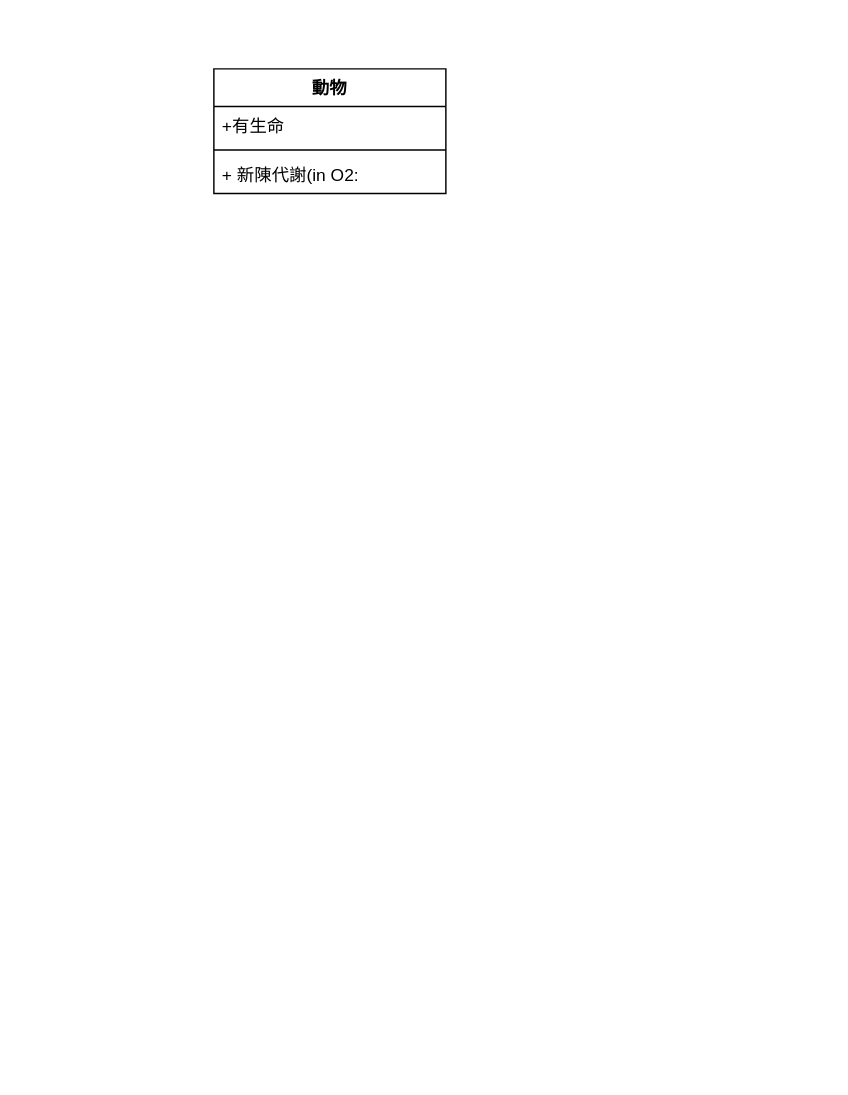
Before: drawio/未命名绘图.drawio in dogg21/SE_MID, a draw.io diagram. Source tidied: cells renumbered, new cells numbered last; positions are measured from the earlier drawing's top-left corner, leaving out a move shared by most shapes. Both pictures are drawn from the tidied source at 145%, with x=0, y=0 at pixel (213, 68).
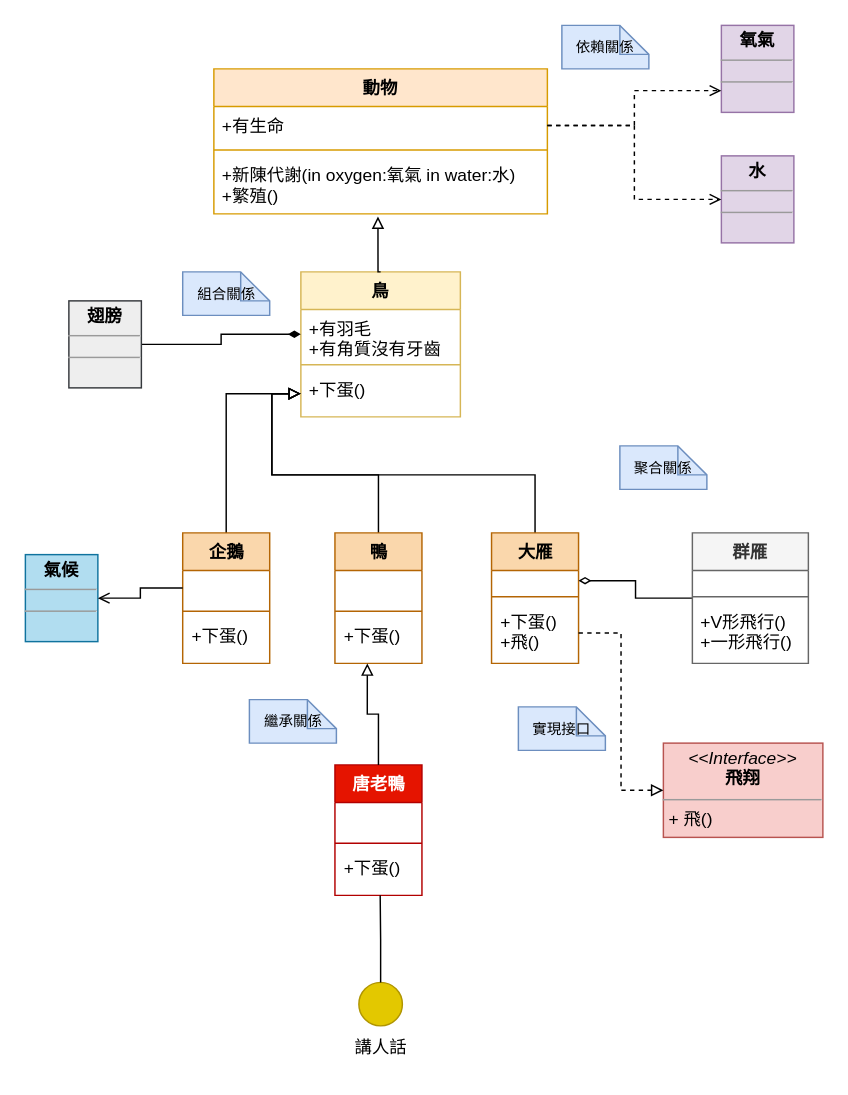
The same page after the edit.

Commit message:
更新未命名绘图.drawio

Diff of the diagram source:
```diff
@@
-    <mxCell id="2" value="動物" style="swimlane;fontStyle=1;align=center;verticalAlign=top;horizontal=1;startSize=26;whiteSpace=wrap;html=1;" parent="1" vertex="1">
-      <mxGeometry width="160" height="86" as="geometry" />
+    <mxCell id="2" value="動物" style="swimlane;fontStyle=1;align=center;verticalAlign=top;horizontal=1;startSize=26;whiteSpace=wrap;html=1;fillColor=#ffe6cc;strokeColor=#d79b00;" parent="1" vertex="1">
+      <mxGeometry width="230" height="100" as="geometry" />
     </mxCell>
     <mxCell id="3" value="+有生命" style="text;strokeColor=none;fillColor=none;align=left;verticalAlign=top;spacingLeft=4;spacingRight=4;overflow=hidden;points=[[0,0.5],[1,0.5]];portConstraint=eastwest;whiteSpace=wrap;html=1;" parent="2" vertex="1">
-      <mxGeometry y="26" width="160" height="26" as="geometry" />
+      <mxGeometry y="26" width="230" height="26" as="geometry" />
     </mxCell>
-    <mxCell id="4" style="line;strokeWidth=1;fillColor=none;align=left;verticalAlign=middle;spacingTop=-1;spacingLeft=3;spacingRight=3;labelPosition=right;strokeColor=inherit;" parent="2" vertex="1">
-      <mxGeometry y="52" width="160" height="8" as="geometry" />
-    </mxCell>
-    <mxCell id="5" value="+ 新陳代謝(in O2:" style="text;strokeColor=none;fillColor=none;align=left;verticalAlign=top;spacingLeft=4;spacingRight=4;overflow=hidden;whiteSpace=wrap;html=1;" parent="2" vertex="1">
-      <mxGeometry y="60" width="160" height="26" as="geometry" />
-    </mxCell>
+    <mxCell id="6" style="line;strokeWidth=1;fillColor=none;align=left;verticalAlign=middle;spacingTop=-1;spacingLeft=3;spacingRight=3;labelPosition=right;strokeColor=inherit;" parent="2" vertex="1">
+      <mxGeometry y="52" width="230" height="8" as="geometry" />
+    </mxCell>
+    <mxCell id="7" value="+新陳代謝(in&amp;nbsp;oxygen:氧氣 in water:水)&lt;br&gt;+繁殖()" style="text;strokeColor=none;fillColor=none;align=left;verticalAlign=top;spacingLeft=4;spacingRight=4;overflow=hidden;points=[[0,0.5],[1,0.5]];portConstraint=eastwest;whiteSpace=wrap;html=1;" parent="2" vertex="1">
+      <mxGeometry y="60" width="230" height="40" as="geometry" />
+    </mxCell>
+    <mxCell id="8" value="&lt;p style=&quot;margin:0px;margin-top:4px;text-align:center;&quot;&gt;&lt;b&gt;氧氣&lt;/b&gt;&lt;/p&gt;&lt;hr size=&quot;1&quot;&gt;&lt;div style=&quot;height:2px;&quot;&gt;&lt;/div&gt;&lt;hr size=&quot;1&quot;&gt;&lt;div style=&quot;height:2px;&quot;&gt;&lt;/div&gt;" style="verticalAlign=top;align=left;overflow=fill;fontSize=12;fontFamily=Helvetica;html=1;whiteSpace=wrap;fillColor=#e1d5e7;strokeColor=#9673a6;" parent="1" vertex="1">
+      <mxGeometry x="350" y="-30" width="50" height="60" as="geometry" />
+    </mxCell>
+    <mxCell id="9" value="&lt;p style=&quot;margin:0px;margin-top:4px;text-align:center;&quot;&gt;&lt;b&gt;水&lt;/b&gt;&lt;/p&gt;&lt;hr size=&quot;1&quot;&gt;&lt;div style=&quot;height:2px;&quot;&gt;&lt;/div&gt;&lt;hr size=&quot;1&quot;&gt;&lt;div style=&quot;height:2px;&quot;&gt;&lt;/div&gt;" style="verticalAlign=top;align=left;overflow=fill;fontSize=12;fontFamily=Helvetica;html=1;whiteSpace=wrap;fillColor=#e1d5e7;strokeColor=#9673a6;" parent="1" vertex="1">
+      <mxGeometry x="350" y="60" width="50" height="60" as="geometry" />
+    </mxCell>
+    <mxCell id="10" style="edgeStyle=orthogonalEdgeStyle;rounded=0;jettySize=auto;html=1;exitX=1;exitY=0.5;exitDx=0;exitDy=0;entryX=0;entryY=0.75;entryDx=0;entryDy=0;dashed=1;endArrow=open;endFill=0;" parent="1" edge="1" source="3" target="8">
+      <mxGeometry relative="1" as="geometry" />
+    </mxCell>
+    <mxCell id="11" style="edgeStyle=orthogonalEdgeStyle;rounded=0;jettySize=auto;html=1;exitX=1;exitY=0.5;exitDx=0;exitDy=0;entryX=0;entryY=0.5;entryDx=0;entryDy=0;dashed=1;endArrow=open;endFill=0;" parent="1" edge="1" source="3" target="9">
+      <mxGeometry relative="1" as="geometry" />
+    </mxCell>
+    <mxCell id="12" value="鳥" style="swimlane;fontStyle=1;align=center;verticalAlign=top;horizontal=1;startSize=26;whiteSpace=wrap;html=1;fillColor=#fff2cc;strokeColor=#d6b656;" parent="1" vertex="1">
+      <mxGeometry x="60" y="140" width="110" height="100" as="geometry" />
+    </mxCell>
+    <mxCell id="13" value="+有羽毛&lt;br&gt;+有角質沒有牙齒" style="text;strokeColor=none;fillColor=none;align=left;verticalAlign=top;spacingLeft=4;spacingRight=4;overflow=hidden;points=[[0,0.5],[1,0.5]];portConstraint=eastwest;whiteSpace=wrap;html=1;" parent="12" vertex="1">
+      <mxGeometry y="26" width="110" height="34" as="geometry" />
+    </mxCell>
+    <mxCell id="14" style="line;strokeWidth=1;fillColor=none;align=left;verticalAlign=middle;spacingTop=-1;spacingLeft=3;spacingRight=3;labelPosition=right;strokeColor=inherit;" parent="12" vertex="1">
+      <mxGeometry y="60" width="110" height="8" as="geometry" />
+    </mxCell>
+    <mxCell id="15" value="+下蛋()" style="text;strokeColor=none;fillColor=none;align=left;verticalAlign=top;spacingLeft=4;spacingRight=4;overflow=hidden;points=[[0,0.5],[1,0.5]];portConstraint=eastwest;whiteSpace=wrap;html=1;" parent="12" vertex="1">
+      <mxGeometry y="68" width="110" height="32" as="geometry" />
+    </mxCell>
+    <mxCell id="16" style="edgeStyle=orthogonalEdgeStyle;rounded=0;jettySize=auto;html=1;exitX=0.5;exitY=0;exitDx=0;exitDy=0;entryX=0.492;entryY=1.046;entryDx=0;entryDy=0;entryPerimeter=0;endArrow=block;endFill=0;" parent="1" edge="1" source="12" target="7">
+      <mxGeometry relative="1" as="geometry" />
+    </mxCell>
+    <mxCell id="17" style="edgeStyle=orthogonalEdgeStyle;rounded=0;jettySize=auto;html=1;exitX=1;exitY=0.5;exitDx=0;exitDy=0;entryX=0;entryY=0.5;entryDx=0;entryDy=0;endArrow=diamondThin;endFill=1;" parent="1" edge="1" source="18" target="13">
+      <mxGeometry relative="1" as="geometry" />
+    </mxCell>
+    <mxCell id="18" value="&lt;p style=&quot;margin:0px;margin-top:4px;text-align:center;&quot;&gt;&lt;b&gt;翅膀&lt;/b&gt;&lt;/p&gt;&lt;hr size=&quot;1&quot;&gt;&lt;div style=&quot;height:2px;&quot;&gt;&lt;/div&gt;&lt;hr size=&quot;1&quot;&gt;&lt;div style=&quot;height:2px;&quot;&gt;&lt;/div&gt;" style="verticalAlign=top;align=left;overflow=fill;fontSize=12;fontFamily=Helvetica;html=1;whiteSpace=wrap;fillColor=#eeeeee;strokeColor=#36393d;" parent="1" vertex="1">
+      <mxGeometry x="-100" y="160" width="50" height="60" as="geometry" />
+    </mxCell>
+    <mxCell id="19" style="edgeStyle=orthogonalEdgeStyle;rounded=0;jettySize=auto;html=1;exitX=0.5;exitY=0;exitDx=0;exitDy=0;entryX=0;entryY=0.5;entryDx=0;entryDy=0;endArrow=block;endFill=0;" parent="1" edge="1" source="20" target="15">
+      <mxGeometry relative="1" as="geometry" />
+    </mxCell>
+    <mxCell id="20" value="鴨" style="swimlane;fontStyle=1;align=center;verticalAlign=top;horizontal=1;startSize=26;whiteSpace=wrap;html=1;fillColor=#fad7ac;strokeColor=#b46504;" parent="1" vertex="1">
+      <mxGeometry x="83.5" y="320" width="60" height="90" as="geometry" />
+    </mxCell>
+    <mxCell id="21" value="&amp;nbsp;" style="text;strokeColor=none;fillColor=none;align=left;verticalAlign=top;spacingLeft=4;spacingRight=4;overflow=hidden;whiteSpace=wrap;html=1;" parent="20" vertex="1">
+      <mxGeometry y="26" width="60" height="24" as="geometry" />
+    </mxCell>
+    <mxCell id="22" style="line;strokeWidth=1;fillColor=none;align=left;verticalAlign=middle;spacingTop=-1;spacingLeft=3;spacingRight=3;labelPosition=right;strokeColor=inherit;" parent="20" vertex="1">
+      <mxGeometry y="50" width="60" height="8" as="geometry" />
+    </mxCell>
+    <mxCell id="23" value="+下蛋()" style="text;strokeColor=none;fillColor=none;align=left;verticalAlign=top;spacingLeft=4;spacingRight=4;overflow=hidden;points=[[0,0.5],[1,0.5]];portConstraint=eastwest;whiteSpace=wrap;html=1;" parent="20" vertex="1">
+      <mxGeometry y="58" width="60" height="32" as="geometry" />
+    </mxCell>
+    <mxCell id="24" style="edgeStyle=orthogonalEdgeStyle;rounded=0;jettySize=auto;html=1;exitX=0.5;exitY=0;exitDx=0;exitDy=0;entryX=0;entryY=0.5;entryDx=0;entryDy=0;endArrow=block;endFill=0;" parent="1" edge="1" source="25" target="15">
+      <mxGeometry relative="1" as="geometry" />
+    </mxCell>
+    <mxCell id="25" value="企鵝" style="swimlane;fontStyle=1;align=center;verticalAlign=top;horizontal=1;startSize=26;whiteSpace=wrap;html=1;fillColor=#fad7ac;strokeColor=#b46504;" parent="1" vertex="1">
+      <mxGeometry x="-21.5" y="320" width="60" height="90" as="geometry" />
+    </mxCell>
+    <mxCell id="26" value="&amp;nbsp;" style="text;strokeColor=none;fillColor=none;align=left;verticalAlign=top;spacingLeft=4;spacingRight=4;overflow=hidden;points=[[0,0.5],[1,0.5]];portConstraint=eastwest;whiteSpace=wrap;html=1;" parent="25" vertex="1">
+      <mxGeometry y="26" width="60" height="24" as="geometry" />
+    </mxCell>
+    <mxCell id="27" style="line;strokeWidth=1;fillColor=none;align=left;verticalAlign=middle;spacingTop=-1;spacingLeft=3;spacingRight=3;labelPosition=right;strokeColor=inherit;" parent="25" vertex="1">
+      <mxGeometry y="50" width="60" height="8" as="geometry" />
+    </mxCell>
+    <mxCell id="28" value="+下蛋()" style="text;strokeColor=none;fillColor=none;align=left;verticalAlign=top;spacingLeft=4;spacingRight=4;overflow=hidden;whiteSpace=wrap;html=1;" parent="25" vertex="1">
+      <mxGeometry y="58" width="60" height="32" as="geometry" />
+    </mxCell>
+    <mxCell id="29" style="edgeStyle=orthogonalEdgeStyle;rounded=0;jettySize=auto;html=1;exitX=0.5;exitY=0;exitDx=0;exitDy=0;entryX=0;entryY=0.5;entryDx=0;entryDy=0;endArrow=block;endFill=0;" parent="1" edge="1" source="30" target="15">
+      <mxGeometry relative="1" as="geometry" />
+    </mxCell>
+    <mxCell id="30" value="大雁" style="swimlane;fontStyle=1;align=center;verticalAlign=top;horizontal=1;startSize=26;whiteSpace=wrap;html=1;fillColor=#fad7ac;strokeColor=#b46504;" parent="1" vertex="1">
+      <mxGeometry x="191.5" y="320" width="60" height="90" as="geometry" />
+    </mxCell>
+    <mxCell id="31" value="&amp;nbsp;" style="text;strokeColor=none;fillColor=none;align=left;verticalAlign=top;spacingLeft=4;spacingRight=4;overflow=hidden;points=[[0,0.5],[1,0.5]];portConstraint=eastwest;whiteSpace=wrap;html=1;" parent="30" vertex="1">
+      <mxGeometry y="26" width="60" height="14" as="geometry" />
+    </mxCell>
+    <mxCell id="32" style="line;strokeWidth=1;fillColor=none;align=left;verticalAlign=middle;spacingTop=-1;spacingLeft=3;spacingRight=3;labelPosition=right;strokeColor=inherit;" parent="30" vertex="1">
+      <mxGeometry y="40" width="60" height="8" as="geometry" />
+    </mxCell>
+    <mxCell id="33" value="+下蛋()&lt;br&gt;+飛()&lt;br&gt;" style="text;strokeColor=none;fillColor=none;align=left;verticalAlign=top;spacingLeft=4;spacingRight=4;overflow=hidden;points=[[0,0.5],[1,0.5]];portConstraint=eastwest;whiteSpace=wrap;html=1;" parent="30" vertex="1">
+      <mxGeometry y="48" width="60" height="42" as="geometry" />
+    </mxCell>
+    <mxCell id="34" value="&lt;p style=&quot;margin:0px;margin-top:4px;text-align:center;&quot;&gt;&lt;b&gt;氣候&lt;/b&gt;&lt;/p&gt;&lt;hr size=&quot;1&quot;&gt;&lt;div style=&quot;height:2px;&quot;&gt;&lt;/div&gt;&lt;hr size=&quot;1&quot;&gt;&lt;div style=&quot;height:2px;&quot;&gt;&lt;/div&gt;" style="verticalAlign=top;align=left;overflow=fill;fontSize=12;fontFamily=Helvetica;html=1;whiteSpace=wrap;fillColor=#b1ddf0;strokeColor=#10739e;" parent="1" vertex="1">
+      <mxGeometry x="-130" y="335" width="50" height="60" as="geometry" />
+    </mxCell>
+    <mxCell id="35" style="edgeStyle=orthogonalEdgeStyle;rounded=0;jettySize=auto;html=1;exitX=0;exitY=0.5;exitDx=0;exitDy=0;entryX=1;entryY=0.5;entryDx=0;entryDy=0;endArrow=open;endFill=0;" parent="1" edge="1" source="26" target="34">
+      <mxGeometry relative="1" as="geometry" />
+    </mxCell>
+    <mxCell id="36" style="edgeStyle=orthogonalEdgeStyle;rounded=0;jettySize=auto;html=1;exitX=0;exitY=0.5;exitDx=0;exitDy=0;entryX=1;entryY=0.5;entryDx=0;entryDy=0;endArrow=diamondThin;endFill=0;" parent="1" edge="1" source="37" target="31">
+      <mxGeometry relative="1" as="geometry" />
+    </mxCell>
+    <mxCell id="37" value="群雁" style="swimlane;fontStyle=1;align=center;verticalAlign=top;horizontal=1;startSize=26;whiteSpace=wrap;html=1;fillColor=#f5f5f5;fontColor=#333333;strokeColor=#666666;" parent="1" vertex="1">
+      <mxGeometry x="330" y="320" width="80" height="90" as="geometry" />
+    </mxCell>
+    <mxCell id="38" value="&amp;nbsp;" style="text;strokeColor=none;fillColor=none;align=left;verticalAlign=top;spacingLeft=4;spacingRight=4;overflow=hidden;whiteSpace=wrap;html=1;" parent="37" vertex="1">
+      <mxGeometry y="26" width="80" height="14" as="geometry" />
+    </mxCell>
+    <mxCell id="39" style="line;strokeWidth=1;fillColor=none;align=left;verticalAlign=middle;spacingTop=-1;spacingLeft=3;spacingRight=3;labelPosition=right;strokeColor=inherit;" parent="37" vertex="1">
+      <mxGeometry y="40" width="80" height="8" as="geometry" />
+    </mxCell>
+    <mxCell id="40" value="+V形飛行()&lt;br&gt;+一形飛行()" style="text;strokeColor=none;fillColor=none;align=left;verticalAlign=top;spacingLeft=4;spacingRight=4;overflow=hidden;whiteSpace=wrap;html=1;" parent="37" vertex="1">
+      <mxGeometry y="48" width="80" height="42" as="geometry" />
+    </mxCell>
+    <mxCell id="41" value="&lt;p style=&quot;margin:0px;margin-top:4px;text-align:center;&quot;&gt;&lt;i&gt;&amp;lt;&amp;lt;Interface&amp;gt;&amp;gt;&lt;/i&gt;&lt;br&gt;&lt;b&gt;飛翔&lt;/b&gt;&lt;/p&gt;&lt;hr size=&quot;1&quot;&gt;&lt;p style=&quot;margin:0px;margin-left:4px;&quot;&gt;+ 飛()&lt;br&gt;&lt;/p&gt;&lt;p style=&quot;margin:0px;margin-left:4px;&quot;&gt;&lt;br&gt;&lt;/p&gt;" style="verticalAlign=top;align=left;overflow=fill;fontSize=12;fontFamily=Helvetica;html=1;whiteSpace=wrap;fillColor=#f8cecc;strokeColor=#b85450;" parent="1" vertex="1">
+      <mxGeometry x="310" y="465" width="110" height="65" as="geometry" />
+    </mxCell>
+    <mxCell id="42" style="edgeStyle=orthogonalEdgeStyle;rounded=0;jettySize=auto;html=1;exitX=1;exitY=0.5;exitDx=0;exitDy=0;entryX=0;entryY=0.5;entryDx=0;entryDy=0;dashed=1;endArrow=block;endFill=0;" parent="1" edge="1" source="33" target="41">
+      <mxGeometry relative="1" as="geometry" />
+    </mxCell>
+    <mxCell id="43" value="唐老鴨" style="swimlane;fontStyle=1;align=center;verticalAlign=top;horizontal=1;startSize=26;whiteSpace=wrap;html=1;fillColor=#e51400;fontColor=#ffffff;strokeColor=#B20000;" parent="1" vertex="1">
+      <mxGeometry x="83.5" y="480" width="60" height="90" as="geometry" />
+    </mxCell>
+    <mxCell id="44" value="&amp;nbsp;" style="text;strokeColor=none;fillColor=none;align=left;verticalAlign=top;spacingLeft=4;spacingRight=4;overflow=hidden;whiteSpace=wrap;html=1;" parent="43" vertex="1">
+      <mxGeometry y="26" width="60" height="24" as="geometry" />
+    </mxCell>
+    <mxCell id="45" style="line;strokeWidth=1;fillColor=none;align=left;verticalAlign=middle;spacingTop=-1;spacingLeft=3;spacingRight=3;labelPosition=right;strokeColor=inherit;" parent="43" vertex="1">
+      <mxGeometry y="50" width="60" height="8" as="geometry" />
+    </mxCell>
+    <mxCell id="46" value="+下蛋()" style="text;strokeColor=none;fillColor=none;align=left;verticalAlign=top;spacingLeft=4;spacingRight=4;overflow=hidden;points=[[0,0.5],[1,0.5]];portConstraint=eastwest;whiteSpace=wrap;html=1;" parent="43" vertex="1">
+      <mxGeometry y="58" width="60" height="32" as="geometry" />
+    </mxCell>
+    <mxCell id="47" style="edgeStyle=orthogonalEdgeStyle;rounded=0;jettySize=auto;html=1;exitX=0.5;exitY=0;exitDx=0;exitDy=0;entryX=0.372;entryY=1;entryDx=0;entryDy=0;entryPerimeter=0;endArrow=block;endFill=0;" parent="1" edge="1" source="43" target="23">
+      <mxGeometry relative="1" as="geometry" />
+    </mxCell>
+    <mxCell id="48" value="&lt;span style=&quot;font-size: 10px;&quot;&gt;聚合關係&lt;/span&gt;" style="shape=note;size=20;whiteSpace=wrap;html=1;fillColor=#dae8fc;strokeColor=#6c8ebf;" parent="1" vertex="1">
+      <mxGeometry x="280" y="260" width="60" height="30" as="geometry" />
+    </mxCell>
+    <mxCell id="49" value="&lt;font style=&quot;font-size: 10px;&quot;&gt;繼承關係&lt;/font&gt;" style="shape=note;size=20;whiteSpace=wrap;html=1;fillColor=#dae8fc;strokeColor=#6c8ebf;" parent="1" vertex="1">
+      <mxGeometry x="24.5" y="435" width="60" height="30" as="geometry" />
+    </mxCell>
+    <mxCell id="50" value="&lt;span style=&quot;font-size: 10px;&quot;&gt;實現接口&lt;/span&gt;" style="shape=note;size=20;whiteSpace=wrap;html=1;fillColor=#dae8fc;strokeColor=#6c8ebf;" parent="1" vertex="1">
+      <mxGeometry x="210" y="440" width="60" height="30" as="geometry" />
+    </mxCell>
+    <mxCell id="51" value="&lt;span style=&quot;font-size: 10px;&quot;&gt;組合關係&lt;/span&gt;" style="shape=note;size=20;whiteSpace=wrap;html=1;fillColor=#dae8fc;strokeColor=#6c8ebf;" parent="1" vertex="1">
+      <mxGeometry x="-21.5" y="140" width="60" height="30" as="geometry" />
+    </mxCell>
+    <mxCell id="52" value="&lt;span style=&quot;font-size: 10px;&quot;&gt;依賴關係&lt;/span&gt;" style="shape=note;size=20;whiteSpace=wrap;html=1;fillColor=#dae8fc;strokeColor=#6c8ebf;" parent="1" vertex="1">
+      <mxGeometry x="240" y="-30" width="60" height="30" as="geometry" />
+    </mxCell>
+    <mxCell id="53" style="ellipse;whiteSpace=wrap;html=1;fillColor=#e3c800;fontColor=#000000;strokeColor=#B09500;" parent="1" vertex="1">
+      <mxGeometry x="100" y="630" width="30" height="30" as="geometry" />
+    </mxCell>
+    <mxCell id="54" style="edgeStyle=orthogonalEdgeStyle;rounded=0;jettySize=auto;html=1;exitX=0.5;exitY=0;exitDx=0;exitDy=0;entryX=0.52;entryY=1;entryDx=0;entryDy=0;entryPerimeter=0;endArrow=none;endFill=0;" parent="1" edge="1" source="53" target="46">
+      <mxGeometry relative="1" as="geometry" />
+    </mxCell>
+    <mxCell id="55" value="講人話" style="text;html=1;align=center;verticalAlign=middle;strokeColor=none;fillColor=none;" parent="1" vertex="1">
+      <mxGeometry x="85" y="660" width="60" height="30" as="geometry" />
+    </mxCell>
```
